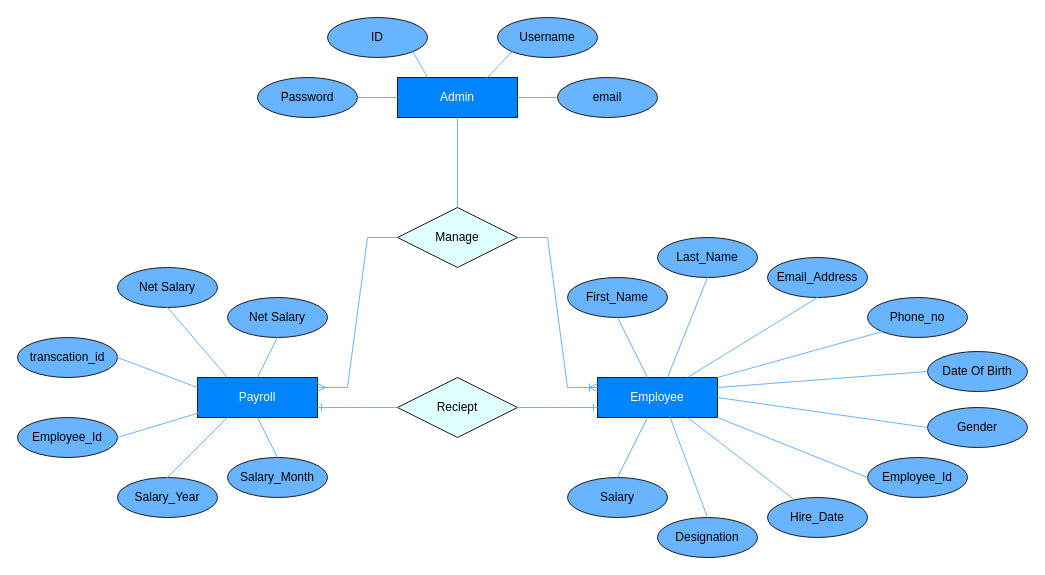
This is page "Page-1" (1 of 2) of src/docs/diagram/ERD.drawio from kishore-sunchu/PRMS, a draw.io file, before an edit. Source tidied: cells renumbered, new cells numbered last; positions are measured from the earlier drawing's top-left corner, leaving out a move shared by most shapes. Both pictures are drawn from the tidied source at 100%, with x=0, y=0 at pixel (17, 17).
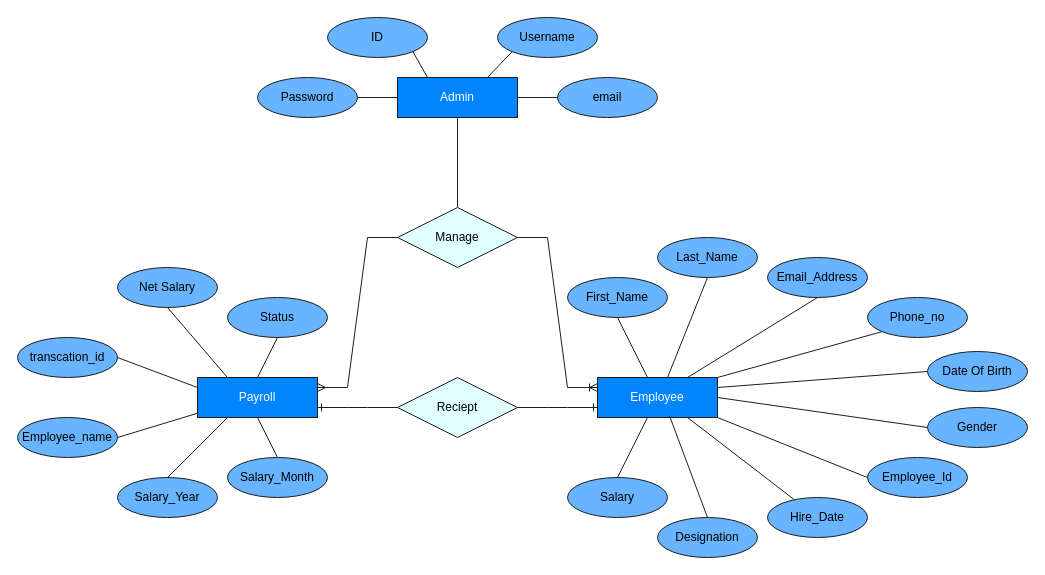
The same page after the edit.

Unchanged cells that the change refers to:
```xml
<mxCell id="2" value="Admin" style="whiteSpace=wrap;html=1;align=center;fillColor=#0085ff;strokeColor=#1e1e1e;fontColor=#ffffff;" parent="1" vertex="1">
  <mxGeometry x="380" y="60" width="120" height="40" as="geometry" />
</mxCell>
<mxCell id="3" value="Username" style="ellipse;whiteSpace=wrap;html=1;align=center;fillColor=#69b4ff;fontColor=#000000;strokeColor=#1e1e1e;" parent="1" vertex="1">
  <mxGeometry x="480" width="100" height="40" as="geometry" />
</mxCell>
<mxCell id="4" value="ID" style="ellipse;whiteSpace=wrap;html=1;align=center;fillColor=#69b4ff;fontColor=#000000;strokeColor=#1e1e1e;" parent="1" vertex="1">
  <mxGeometry x="310" width="100" height="40" as="geometry" />
</mxCell>
<mxCell id="5" value="Password" style="ellipse;whiteSpace=wrap;html=1;align=center;fillColor=#69b4ff;fontColor=#000000;strokeColor=#1e1e1e;" parent="1" vertex="1">
  <mxGeometry x="240" y="60" width="100" height="40" as="geometry" />
</mxCell>
<mxCell id="6" value="email" style="ellipse;whiteSpace=wrap;html=1;align=center;fillColor=#69b4ff;fontColor=#000000;strokeColor=#1e1e1e;" parent="1" vertex="1">
  <mxGeometry x="540" y="60" width="100" height="40" as="geometry" />
</mxCell>
<mxCell id="10" value="Employee" style="whiteSpace=wrap;html=1;align=center;fillColor=#0085ff;strokeColor=#1e1e1e;fontColor=#ffffff;" parent="1" vertex="1">
  <mxGeometry x="580" y="360" width="120" height="40" as="geometry" />
</mxCell>
<mxCell id="11" value="First_Name" style="ellipse;whiteSpace=wrap;html=1;align=center;fillColor=#69b4ff;strokeColor=#1e1e1e;" parent="1" vertex="1">
  <mxGeometry x="550" y="260" width="100" height="40" as="geometry" />
</mxCell>
<mxCell id="12" value="Last_Name" style="ellipse;whiteSpace=wrap;html=1;align=center;fillColor=#69b4ff;strokeColor=#1e1e1e;" parent="1" vertex="1">
  <mxGeometry x="640" y="220" width="100" height="40" as="geometry" />
</mxCell>
<mxCell id="13" value="Email_Address" style="ellipse;whiteSpace=wrap;html=1;align=center;fillColor=#69b4ff;strokeColor=#1e1e1e;" parent="1" vertex="1">
  <mxGeometry x="750" y="240" width="100" height="40" as="geometry" />
</mxCell>
<mxCell id="14" value="Phone_no" style="ellipse;whiteSpace=wrap;html=1;align=center;fillColor=#69b4ff;strokeColor=#1e1e1e;" parent="1" vertex="1">
  <mxGeometry x="850" y="280" width="100" height="40" as="geometry" />
</mxCell>
<mxCell id="15" value="Salary" style="ellipse;whiteSpace=wrap;html=1;align=center;fillColor=#69b4ff;strokeColor=#1e1e1e;" parent="1" vertex="1">
  <mxGeometry x="550" y="460" width="100" height="40" as="geometry" />
</mxCell>
<mxCell id="16" value="Employee_Id" style="ellipse;whiteSpace=wrap;html=1;align=center;fillColor=#69b4ff;strokeColor=#1e1e1e;" parent="1" vertex="1">
  <mxGeometry x="850" y="440" width="100" height="40" as="geometry" />
</mxCell>
<mxCell id="17" value="Gender" style="ellipse;whiteSpace=wrap;html=1;align=center;fillColor=#69b4ff;strokeColor=#1e1e1e;" parent="1" vertex="1">
  <mxGeometry x="910" y="390" width="100" height="40" as="geometry" />
</mxCell>
<mxCell id="18" value="Date Of Birth" style="ellipse;whiteSpace=wrap;html=1;align=center;fillColor=#69b4ff;strokeColor=#1e1e1e;" parent="1" vertex="1">
  <mxGeometry x="910" y="334" width="100" height="40" as="geometry" />
</mxCell>
<mxCell id="27" value="Hire_Date" style="ellipse;whiteSpace=wrap;html=1;align=center;fillColor=#69b4ff;strokeColor=#1e1e1e;" parent="1" vertex="1">
  <mxGeometry x="750" y="480" width="100" height="40" as="geometry" />
</mxCell>
<mxCell id="28" value="Designation" style="ellipse;whiteSpace=wrap;html=1;align=center;fillColor=#69b4ff;strokeColor=#1e1e1e;" parent="1" vertex="1">
  <mxGeometry x="640" y="500" width="100" height="40" as="geometry" />
</mxCell>
<mxCell id="32" value="&lt;span style=&quot;background-color: rgb(0, 133, 255);&quot;&gt;Payroll&lt;/span&gt;" style="whiteSpace=wrap;html=1;align=center;fillColor=#0085ff;strokeColor=#1e1e1e;fontColor=#ffffff;" parent="1" vertex="1">
  <mxGeometry x="180" y="360" width="120" height="40" as="geometry" />
</mxCell>
<mxCell id="34" value="Net Salary" style="ellipse;whiteSpace=wrap;html=1;align=center;fillColor=#69b4ff;strokeColor=#1e1e1e;" parent="1" vertex="1">
  <mxGeometry x="100" y="250" width="100" height="40" as="geometry" />
</mxCell>
<mxCell id="38" value="transcation_id" style="ellipse;whiteSpace=wrap;html=1;align=center;fillColor=#69b4ff;strokeColor=#1e1e1e;" parent="1" vertex="1">
  <mxGeometry y="320" width="100" height="40" as="geometry" />
</mxCell>
<mxCell id="40" value="Salary_Year" style="ellipse;whiteSpace=wrap;html=1;align=center;fillColor=#69b4ff;strokeColor=#1e1e1e;" parent="1" vertex="1">
  <mxGeometry x="100" y="460" width="100" height="40" as="geometry" />
</mxCell>
<mxCell id="41" value="Salary_Month" style="ellipse;whiteSpace=wrap;html=1;align=center;fillColor=#69b4ff;strokeColor=#1e1e1e;" parent="1" vertex="1">
  <mxGeometry x="210" y="440" width="100" height="40" as="geometry" />
</mxCell>
<mxCell id="42" value="Manage" style="shape=rhombus;perimeter=rhombusPerimeter;whiteSpace=wrap;html=1;align=center;fillColor=#e0ffff;strokeColor=#1e1e1e;" parent="1" vertex="1">
  <mxGeometry x="380" y="190" width="120" height="60" as="geometry" />
</mxCell>
<mxCell id="43" value="Reciept" style="shape=rhombus;perimeter=rhombusPerimeter;whiteSpace=wrap;html=1;align=center;fillColor=#e0ffff;strokeColor=#1e1e1e;" parent="1" vertex="1">
  <mxGeometry x="380" y="360" width="120" height="60" as="geometry" />
</mxCell>
```

What changed in the source:
```diff
@@
-    <mxCell id="7" style="endArrow=none;html=1;rounded=0;exitX=1;exitY=0.5;exitDx=0;exitDy=0;entryX=0;entryY=0.5;entryDx=0;entryDy=0;strokeColor=#69b4ff;" parent="1" edge="1" source="5" target="2">
+    <mxCell id="7" style="endArrow=none;html=1;rounded=0;exitX=1;exitY=0.5;exitDx=0;exitDy=0;entryX=0;entryY=0.5;entryDx=0;entryDy=0;strokeColor=#1e1e1e;" parent="1" edge="1" source="5" target="2">
       <mxGeometry relative="1" as="geometry" />
     </mxCell>
-    <mxCell id="8" style="endArrow=none;html=1;rounded=0;entryX=1;entryY=0.5;entryDx=0;entryDy=0;strokeColor=#69b4ff;" parent="1" edge="1" source="6" target="2">
+    <mxCell id="8" style="endArrow=none;html=1;rounded=0;entryX=1;entryY=0.5;entryDx=0;entryDy=0;strokeColor=#1e1e1e;" parent="1" edge="1" source="6" target="2">
       <mxGeometry relative="1" as="geometry" />
     </mxCell>
-    <mxCell id="9" style="endArrow=none;html=1;rounded=0;exitX=0.5;exitY=1;exitDx=0;exitDy=0;entryX=0.5;entryY=0;entryDx=0;entryDy=0;strokeColor=#69b4ff;" parent="1" edge="1" source="2">
+    <mxCell id="9" style="endArrow=none;html=1;rounded=0;exitX=0.5;exitY=1;exitDx=0;exitDy=0;entryX=0.5;entryY=0;entryDx=0;entryDy=0;strokeColor=#1e1e1e;" parent="1" edge="1" source="2">
       <mxGeometry relative="1" as="geometry">
         <mxPoint x="440" y="190" as="targetPoint" />
       </mxGeometry>
     </mxCell>
@@
-    <mxCell id="19" style="endArrow=none;html=1;rounded=0;exitX=0.5;exitY=1;exitDx=0;exitDy=0;strokeColor=#69b4ff;" parent="1" edge="1" source="11">
+    <mxCell id="19" style="endArrow=none;html=1;rounded=0;exitX=0.5;exitY=1;exitDx=0;exitDy=0;strokeColor=#1e1e1e;" parent="1" edge="1" source="11">
       <mxGeometry relative="1" as="geometry">
         <mxPoint x="630" y="360" as="targetPoint" />
       </mxGeometry>
     </mxCell>
-    <mxCell id="20" style="endArrow=none;html=1;rounded=0;exitX=0.5;exitY=1;exitDx=0;exitDy=0;strokeColor=#69b4ff;" parent="1" edge="1" source="12">
+    <mxCell id="20" style="endArrow=none;html=1;rounded=0;exitX=0.5;exitY=1;exitDx=0;exitDy=0;strokeColor=#1e1e1e;" parent="1" edge="1" source="12">
       <mxGeometry relative="1" as="geometry">
         <mxPoint x="650" y="360" as="targetPoint" />
       </mxGeometry>
     </mxCell>
-    <mxCell id="21" style="endArrow=none;html=1;rounded=0;exitX=0.5;exitY=1;exitDx=0;exitDy=0;entryX=0.75;entryY=0;entryDx=0;entryDy=0;strokeColor=#69b4ff;" parent="1" edge="1" source="13" target="10">
+    <mxCell id="21" style="endArrow=none;html=1;rounded=0;exitX=0.5;exitY=1;exitDx=0;exitDy=0;entryX=0.75;entryY=0;entryDx=0;entryDy=0;strokeColor=#1e1e1e;" parent="1" edge="1" source="13" target="10">
       <mxGeometry relative="1" as="geometry" />
     </mxCell>
-    <mxCell id="22" style="endArrow=none;html=1;rounded=0;exitX=0;exitY=1;exitDx=0;exitDy=0;entryX=1;entryY=0;entryDx=0;entryDy=0;strokeColor=#69b4ff;" parent="1" edge="1" source="14" target="10">
+    <mxCell id="22" style="endArrow=none;html=1;rounded=0;exitX=0;exitY=1;exitDx=0;exitDy=0;entryX=1;entryY=0;entryDx=0;entryDy=0;strokeColor=#1e1e1e;" parent="1" edge="1" source="14" target="10">
       <mxGeometry relative="1" as="geometry" />
     </mxCell>
-    <mxCell id="23" style="endArrow=none;html=1;rounded=0;exitX=0;exitY=0.5;exitDx=0;exitDy=0;entryX=1;entryY=0.25;entryDx=0;entryDy=0;strokeColor=#69b4ff;" parent="1" edge="1" source="18" target="10">
+    <mxCell id="23" style="endArrow=none;html=1;rounded=0;exitX=0;exitY=0.5;exitDx=0;exitDy=0;entryX=1;entryY=0.25;entryDx=0;entryDy=0;strokeColor=#1e1e1e;" parent="1" edge="1" source="18" target="10">
       <mxGeometry relative="1" as="geometry" />
     </mxCell>
-    <mxCell id="24" style="endArrow=none;html=1;rounded=0;exitX=0;exitY=0.5;exitDx=0;exitDy=0;entryX=1;entryY=0.5;entryDx=0;entryDy=0;strokeColor=#69b4ff;" parent="1" edge="1" source="17" target="10">
+    <mxCell id="24" style="endArrow=none;html=1;rounded=0;exitX=0;exitY=0.5;exitDx=0;exitDy=0;entryX=1;entryY=0.5;entryDx=0;entryDy=0;strokeColor=#1e1e1e;" parent="1" edge="1" source="17" target="10">
       <mxGeometry relative="1" as="geometry" />
     </mxCell>
-    <mxCell id="25" style="endArrow=none;html=1;rounded=0;exitX=0;exitY=0.5;exitDx=0;exitDy=0;entryX=1;entryY=1;entryDx=0;entryDy=0;strokeColor=#69b4ff;" parent="1" edge="1" source="16" target="10">
+    <mxCell id="25" style="endArrow=none;html=1;rounded=0;exitX=0;exitY=0.5;exitDx=0;exitDy=0;entryX=1;entryY=1;entryDx=0;entryDy=0;strokeColor=#1e1e1e;" parent="1" edge="1" source="16" target="10">
       <mxGeometry relative="1" as="geometry" />
     </mxCell>
-    <mxCell id="26" style="endArrow=none;html=1;rounded=0;exitX=0.5;exitY=0;exitDx=0;exitDy=0;strokeColor=#69b4ff;" parent="1" edge="1" source="15" target="10">
+    <mxCell id="26" style="endArrow=none;html=1;rounded=0;exitX=0.5;exitY=0;exitDx=0;exitDy=0;strokeColor=#1e1e1e;" parent="1" edge="1" source="15" target="10">
       <mxGeometry relative="1" as="geometry" />
     </mxCell>
@@
-    <mxCell id="29" style="endArrow=none;html=1;rounded=0;entryX=0.75;entryY=1;entryDx=0;entryDy=0;strokeColor=#69b4ff;" parent="1" edge="1" source="27" target="10">
+    <mxCell id="29" style="endArrow=none;html=1;rounded=0;entryX=0.75;entryY=1;entryDx=0;entryDy=0;strokeColor=#1e1e1e;" parent="1" edge="1" source="27" target="10">
       <mxGeometry relative="1" as="geometry" />
     </mxCell>
-    <mxCell id="30" style="endArrow=none;html=1;rounded=0;exitX=0.5;exitY=0;exitDx=0;exitDy=0;entryX=0.6;entryY=0.957;entryDx=0;entryDy=0;entryPerimeter=0;strokeColor=#69b4ff;" parent="1" edge="1" source="28" target="10">
+    <mxCell id="30" style="endArrow=none;html=1;rounded=0;exitX=0.5;exitY=0;exitDx=0;exitDy=0;entryX=0.6;entryY=0.957;entryDx=0;entryDy=0;entryPerimeter=0;strokeColor=#1e1e1e;" parent="1" edge="1" source="28" target="10">
       <mxGeometry relative="1" as="geometry" />
     </mxCell>
-    <mxCell id="31" style="edgeStyle=entityRelationEdgeStyle;fontSize=12;html=1;endArrow=ERoneToMany;rounded=0;exitX=1;exitY=0.5;exitDx=0;exitDy=0;entryX=0;entryY=0.25;entryDx=0;entryDy=0;strokeColor=#69b4ff;" parent="1" edge="1" source="42" target="10">
+    <mxCell id="31" style="edgeStyle=entityRelationEdgeStyle;fontSize=12;html=1;endArrow=ERoneToMany;rounded=0;exitX=1;exitY=0.5;exitDx=0;exitDy=0;entryX=0;entryY=0.25;entryDx=0;entryDy=0;strokeColor=#1e1e1e;" parent="1" edge="1" source="42" target="10">
       <mxGeometry relative="1" as="geometry" />
     </mxCell>
@@
-    <mxCell id="33" style="edgeStyle=entityRelationEdgeStyle;fontSize=12;html=1;endArrow=ERmany;rounded=0;exitX=0;exitY=0.5;exitDx=0;exitDy=0;entryX=1;entryY=0.25;entryDx=0;entryDy=0;strokeColor=#69b4ff;" parent="1" edge="1" source="42" target="32">
+    <mxCell id="33" style="edgeStyle=entityRelationEdgeStyle;fontSize=12;html=1;endArrow=ERmany;rounded=0;exitX=0;exitY=0.5;exitDx=0;exitDy=0;entryX=1;entryY=0.25;entryDx=0;entryDy=0;strokeColor=#1e1e1e;" parent="1" edge="1" source="42" target="32">
       <mxGeometry relative="1" as="geometry" />
     </mxCell>
@@
-    <mxCell id="35" style="endArrow=none;html=1;rounded=0;exitX=1;exitY=1;exitDx=0;exitDy=0;entryX=0.25;entryY=0;entryDx=0;entryDy=0;strokeColor=#69b4ff;" parent="1" edge="1" source="4" target="2">
+    <mxCell id="35" style="endArrow=none;html=1;rounded=0;exitX=1;exitY=1;exitDx=0;exitDy=0;entryX=0.25;entryY=0;entryDx=0;entryDy=0;strokeColor=#1e1e1e;" parent="1" edge="1" source="4" target="2">
       <mxGeometry relative="1" as="geometry" />
     </mxCell>
-    <mxCell id="36" style="endArrow=none;html=1;rounded=0;entryX=0.75;entryY=0;entryDx=0;entryDy=0;exitX=0;exitY=1;exitDx=0;exitDy=0;strokeColor=#69b4ff;" parent="1" edge="1" source="3" target="2">
+    <mxCell id="36" style="endArrow=none;html=1;rounded=0;entryX=0.75;entryY=0;entryDx=0;entryDy=0;exitX=0;exitY=1;exitDx=0;exitDy=0;strokeColor=#1e1e1e;" parent="1" edge="1" source="3" target="2">
       <mxGeometry relative="1" as="geometry" />
     </mxCell>
-    <mxCell id="37" value="Net Salary" style="ellipse;whiteSpace=wrap;html=1;align=center;fillColor=#69b4ff;strokeColor=#1e1e1e;" parent="1" vertex="1">
+    <mxCell id="37" value="Status" style="ellipse;whiteSpace=wrap;html=1;align=center;fillColor=#69b4ff;strokeColor=#1e1e1e;" parent="1" vertex="1">
       <mxGeometry x="210" y="280" width="100" height="40" as="geometry" />
     </mxCell>
@@
-    <mxCell id="39" value="Employee_Id" style="ellipse;whiteSpace=wrap;html=1;align=center;fillColor=#69b4ff;strokeColor=#1e1e1e;" parent="1" vertex="1">
+    <mxCell id="39" value="Employee_name" style="ellipse;whiteSpace=wrap;html=1;align=center;fillColor=#69b4ff;strokeColor=#1e1e1e;" parent="1" vertex="1">
       <mxGeometry y="400" width="100" height="40" as="geometry" />
     </mxCell>
@@
-    <mxCell id="44" style="edgeStyle=entityRelationEdgeStyle;fontSize=12;html=1;endArrow=ERone;endFill=1;rounded=0;entryX=0;entryY=0.75;entryDx=0;entryDy=0;exitX=1;exitY=0.5;exitDx=0;exitDy=0;strokeColor=#69b4ff;" parent="1" edge="1" source="43" target="10">
+    <mxCell id="44" style="edgeStyle=entityRelationEdgeStyle;fontSize=12;html=1;endArrow=ERone;endFill=1;rounded=0;entryX=0;entryY=0.75;entryDx=0;entryDy=0;exitX=1;exitY=0.5;exitDx=0;exitDy=0;strokeColor=#1e1e1e;" parent="1" edge="1" source="43" target="10">
       <mxGeometry relative="1" as="geometry" />
     </mxCell>
-    <mxCell id="45" style="edgeStyle=entityRelationEdgeStyle;fontSize=12;html=1;endArrow=ERone;endFill=1;rounded=0;exitX=0;exitY=0.5;exitDx=0;exitDy=0;entryX=1;entryY=0.75;entryDx=0;entryDy=0;strokeColor=#69b4ff;" parent="1" edge="1" source="43" target="32">
+    <mxCell id="45" style="edgeStyle=entityRelationEdgeStyle;fontSize=12;html=1;endArrow=ERone;endFill=1;rounded=0;exitX=0;exitY=0.5;exitDx=0;exitDy=0;entryX=1;entryY=0.75;entryDx=0;entryDy=0;strokeColor=#1e1e1e;" parent="1" edge="1" source="43" target="32">
       <mxGeometry relative="1" as="geometry" />
     </mxCell>
-    <mxCell id="46" style="endArrow=none;html=1;rounded=0;exitX=1;exitY=0.5;exitDx=0;exitDy=0;entryX=0;entryY=0.25;entryDx=0;entryDy=0;strokeColor=#69b4ff;" parent="1" edge="1" source="38" target="32">
+    <mxCell id="46" style="endArrow=none;html=1;rounded=0;exitX=1;exitY=0.5;exitDx=0;exitDy=0;entryX=0;entryY=0.25;entryDx=0;entryDy=0;strokeColor=#1e1e1e;" parent="1" edge="1" source="38" target="32">
       <mxGeometry relative="1" as="geometry" />
     </mxCell>
-    <mxCell id="47" style="endArrow=none;html=1;rounded=0;exitX=1;exitY=0.5;exitDx=0;exitDy=0;entryX=0.01;entryY=0.885;entryDx=0;entryDy=0;entryPerimeter=0;strokeColor=#69b4ff;" parent="1" edge="1" source="39" target="32">
+    <mxCell id="47" style="endArrow=none;html=1;rounded=0;exitX=1;exitY=0.5;exitDx=0;exitDy=0;entryX=0.01;entryY=0.885;entryDx=0;entryDy=0;entryPerimeter=0;strokeColor=#1e1e1e;" parent="1" edge="1" source="39" target="32">
       <mxGeometry relative="1" as="geometry" />
     </mxCell>
-    <mxCell id="48" style="endArrow=none;html=1;rounded=0;exitX=0.5;exitY=1;exitDx=0;exitDy=0;entryX=0.25;entryY=0;entryDx=0;entryDy=0;strokeColor=#69b4ff;" parent="1" edge="1" source="34" target="32">
+    <mxCell id="48" style="endArrow=none;html=1;rounded=0;exitX=0.5;exitY=1;exitDx=0;exitDy=0;entryX=0.25;entryY=0;entryDx=0;entryDy=0;strokeColor=#1e1e1e;" parent="1" edge="1" source="34" target="32">
       <mxGeometry relative="1" as="geometry" />
     </mxCell>
-    <mxCell id="49" style="endArrow=none;html=1;rounded=0;exitX=0.5;exitY=1;exitDx=0;exitDy=0;entryX=0.5;entryY=0;entryDx=0;entryDy=0;strokeColor=#69b4ff;" parent="1" edge="1" source="37" target="32">
+    <mxCell id="49" style="endArrow=none;html=1;rounded=0;exitX=0.5;exitY=1;exitDx=0;exitDy=0;entryX=0.5;entryY=0;entryDx=0;entryDy=0;strokeColor=#1e1e1e;" parent="1" edge="1" source="37" target="32">
       <mxGeometry relative="1" as="geometry" />
     </mxCell>
-    <mxCell id="50" style="endArrow=none;html=1;rounded=0;exitX=0.5;exitY=0;exitDx=0;exitDy=0;entryX=0.5;entryY=1;entryDx=0;entryDy=0;strokeColor=#69b4ff;" parent="1" edge="1" source="41" target="32">
+    <mxCell id="50" style="endArrow=none;html=1;rounded=0;exitX=0.5;exitY=0;exitDx=0;exitDy=0;entryX=0.5;entryY=1;entryDx=0;entryDy=0;strokeColor=#1e1e1e;" parent="1" edge="1" source="41" target="32">
       <mxGeometry relative="1" as="geometry" />
     </mxCell>
-    <mxCell id="51" style="endArrow=none;html=1;rounded=0;exitX=0.5;exitY=0;exitDx=0;exitDy=0;entryX=0.25;entryY=1;entryDx=0;entryDy=0;strokeColor=#69b4ff;" parent="1" edge="1" source="40" target="32">
+    <mxCell id="51" style="endArrow=none;html=1;rounded=0;exitX=0.5;exitY=0;exitDx=0;exitDy=0;entryX=0.25;entryY=1;entryDx=0;entryDy=0;strokeColor=#1e1e1e;" parent="1" edge="1" source="40" target="32">
       <mxGeometry relative="1" as="geometry" />
     </mxCell>
```
